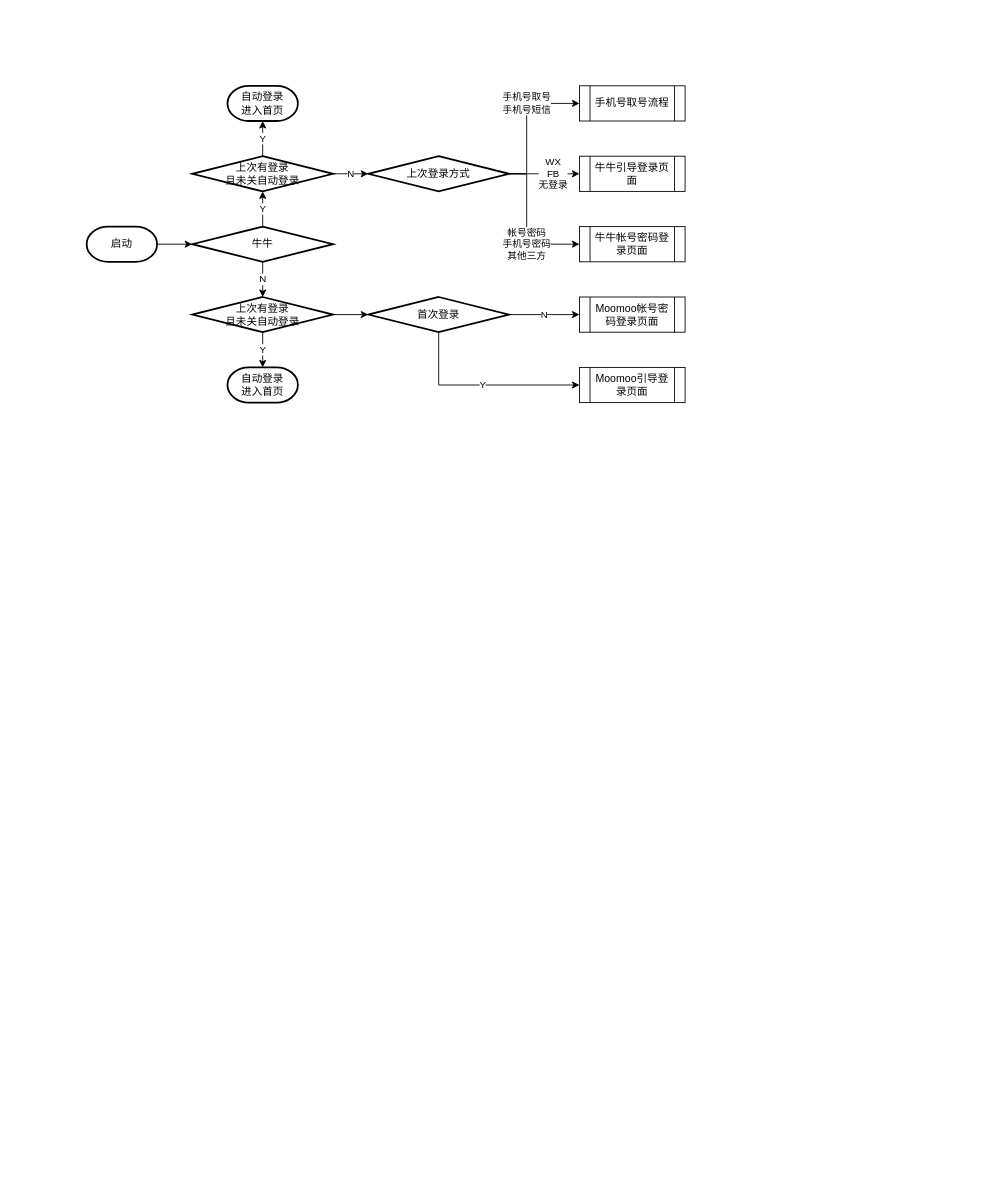
Cmdone/Draw.io keeps this draw.io diagram as LoginArrange.drawio. Above is the earlier version. Source tidied: cells renumbered, new cells numbered last; positions are measured from the earlier drawing's top-left corner, leaving out a move shared by most shapes. Both pictures are drawn from the tidied source at 88%, with x=0, y=0 at pixel (86, 85).
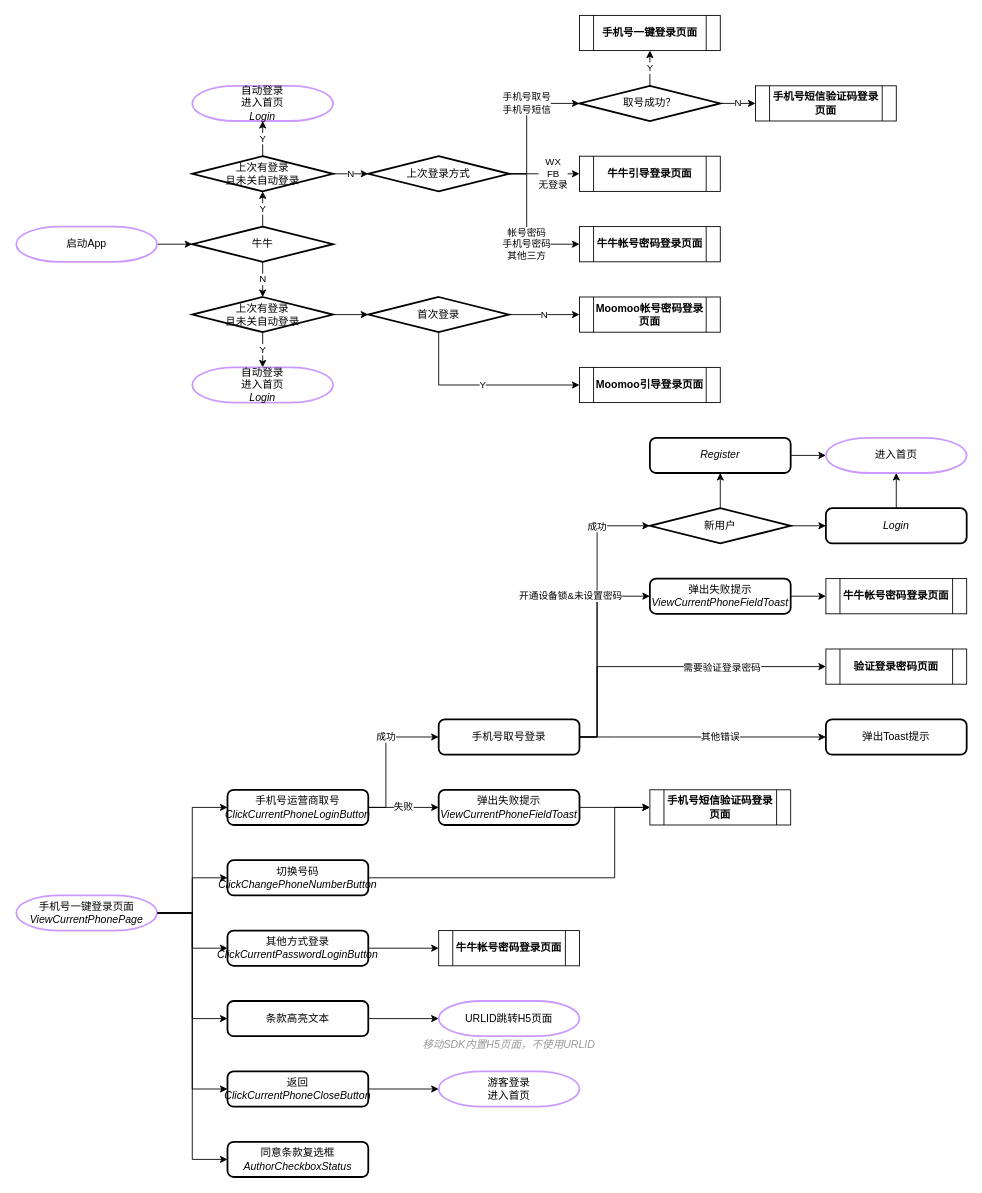
Above is the later version.

The change refers to these unchanged cells:
```xml
<mxCell id="16" value="上次登录方式" style="strokeWidth=2;html=1;shape=mxgraph.flowchart.decision;whiteSpace=wrap;fillColor=none;" parent="1" vertex="1">
  <mxGeometry x="320" y="80" width="160" height="40" as="geometry" />
</mxCell>
```

The edit, as a diff of the source:
```diff
@@
+    <mxCell id="27" style="edgeStyle=orthogonalEdgeStyle;rounded=0;jettySize=auto;html=1;exitX=1;exitY=0.5;exitDx=0;exitDy=0;entryX=0;entryY=0.5;entryDx=0;entryDy=0;" parent="1" edge="1" source="44" target="71">
+      <mxGeometry relative="1" as="geometry">
+        <Array as="points">
+          <mxPoint x="580" y="740" />
+          <mxPoint x="580" y="660" />
+        </Array>
+      </mxGeometry>
+    </mxCell>
+    <mxCell id="28" value="需要验证登录密码" style="edgeLabel;html=1;align=center;verticalAlign=middle;" parent="27" vertex="1">
+      <mxGeometry x="0.01" y="1" relative="1" as="geometry">
+        <mxPoint x="59" y="1" as="offset" />
+      </mxGeometry>
+    </mxCell>
+    <mxCell id="29" value="其他错误" style="edgeStyle=orthogonalEdgeStyle;rounded=0;jettySize=auto;html=1;exitX=1;exitY=0.5;exitDx=0;exitDy=0;entryX=0;entryY=0.5;entryDx=0;entryDy=0;" parent="1" edge="1" source="44" target="72">
+      <mxGeometry x="0.14" relative="1" as="geometry">
+        <Array as="points">
+          <mxPoint x="600" y="740" />
+          <mxPoint x="600" y="740" />
+        </Array>
+      </mxGeometry>
+    </mxCell>
@@
-    <mxCell id="3" value="启动" style="strokeWidth=2;html=1;shape=mxgraph.flowchart.terminator;whiteSpace=wrap;fillColor=none;" parent="1" vertex="1">
-      <mxGeometry y="160" width="80" height="40" as="geometry" />
+    <mxCell id="3" value="启动App" style="strokeWidth=2;html=1;shape=mxgraph.flowchart.terminator;whiteSpace=wrap;fillColor=none;strokeColor=#CC99FF;" parent="1" vertex="1">
+      <mxGeometry x="-80" y="160" width="160" height="40" as="geometry" />
     </mxCell>
@@
-    <mxCell id="10" value="自动登录&lt;br&gt;进入首页" style="strokeWidth=2;html=1;shape=mxgraph.flowchart.terminator;whiteSpace=wrap;fillColor=none;" parent="1" vertex="1">
-      <mxGeometry x="160" width="80" height="40" as="geometry" />
+    <mxCell id="10" value="自动登录&lt;br&gt;进入首页&lt;br&gt;&lt;i&gt;Login&lt;/i&gt;" style="strokeWidth=2;html=1;shape=mxgraph.flowchart.terminator;whiteSpace=wrap;fillColor=none;strokeColor=#CC99FF;" parent="1" vertex="1">
+      <mxGeometry x="120" width="160" height="40" as="geometry" />
     </mxCell>
@@
-    <mxCell id="14" value="自动登录&lt;br&gt;进入首页" style="strokeWidth=2;html=1;shape=mxgraph.flowchart.terminator;whiteSpace=wrap;fillColor=none;" parent="1" vertex="1">
-      <mxGeometry x="160" y="320" width="80" height="40" as="geometry" />
+    <mxCell id="14" value="自动登录&lt;br&gt;进入首页&lt;br&gt;&lt;i&gt;Login&lt;/i&gt;" style="strokeWidth=2;html=1;shape=mxgraph.flowchart.terminator;whiteSpace=wrap;fillColor=none;strokeColor=#CC99FF;" parent="1" vertex="1">
+      <mxGeometry x="120" y="320" width="160" height="40" as="geometry" />
     </mxCell>
-    <mxCell id="15" value="手机号取号&lt;br&gt;手机号短信" style="edgeStyle=orthogonalEdgeStyle;rounded=0;jettySize=auto;html=1;exitX=1;exitY=0.5;exitDx=0;exitDy=0;exitPerimeter=0;entryX=0;entryY=0.5;entryDx=0;entryDy=0;" parent="1" edge="1" source="16" target="17">
+    <mxCell id="15" value="手机号取号&lt;br&gt;手机号短信" style="edgeStyle=orthogonalEdgeStyle;rounded=0;jettySize=auto;html=1;exitX=1;exitY=0.5;exitDx=0;exitDy=0;exitPerimeter=0;" parent="1" edge="1" source="16" target="32">
       <mxGeometry x="0.25" relative="1" as="geometry">
         <Array as="points">
           <mxPoint x="500" y="100" />
           <mxPoint x="500" y="20" />
         </Array>
       </mxGeometry>
     </mxCell>
@@
-    <mxCell id="17" value="手机号取号流程" style="shape=process;whiteSpace=wrap;html=1;backgroundOutline=1;fillColor=none;" parent="1" vertex="1">
-      <mxGeometry x="560" width="120" height="40" as="geometry" />
-    </mxCell>
-    <mxCell id="18" value="牛牛引导登录页面" style="shape=process;whiteSpace=wrap;html=1;backgroundOutline=1;fillColor=none;" parent="1" vertex="1">
-      <mxGeometry x="560" y="80" width="120" height="40" as="geometry" />
+    <mxCell id="18" value="牛牛引导登录页面" style="shape=process;whiteSpace=wrap;html=1;backgroundOutline=1;fillColor=none;fontStyle=1;" parent="1" vertex="1">
+      <mxGeometry x="560" y="80" width="160" height="40" as="geometry" />
     </mxCell>
-    <mxCell id="19" value="牛牛帐号密码登录页面" style="shape=process;whiteSpace=wrap;html=1;backgroundOutline=1;fillColor=none;" parent="1" vertex="1">
-      <mxGeometry x="560" y="160" width="120" height="40" as="geometry" />
+    <mxCell id="19" value="牛牛帐号密码登录页面" style="shape=process;whiteSpace=wrap;html=1;backgroundOutline=1;fillColor=none;fontStyle=1;" parent="1" vertex="1">
+      <mxGeometry x="560" y="160" width="160" height="40" as="geometry" />
     </mxCell>
@@
-    <mxCell id="25" value="Moomoo帐号密码登录页面" style="shape=process;whiteSpace=wrap;html=1;backgroundOutline=1;fillColor=none;" parent="1" vertex="1">
-      <mxGeometry x="560" y="240" width="120" height="40" as="geometry" />
+    <mxCell id="25" value="Moomoo帐号密码登录页面" style="shape=process;whiteSpace=wrap;html=1;backgroundOutline=1;fillColor=none;fontStyle=1;" parent="1" vertex="1">
+      <mxGeometry x="560" y="240" width="160" height="40" as="geometry" />
     </mxCell>
-    <mxCell id="26" value="Moomoo引导登录页面" style="shape=process;whiteSpace=wrap;html=1;backgroundOutline=1;fillColor=none;" parent="1" vertex="1">
-      <mxGeometry x="560" y="320" width="120" height="40" as="geometry" />
+    <mxCell id="26" value="Moomoo引导登录页面" style="shape=process;whiteSpace=wrap;html=1;backgroundOutline=1;fillColor=none;fontStyle=1;" parent="1" vertex="1">
+      <mxGeometry x="560" y="320" width="160" height="40" as="geometry" />
     </mxCell>
+    <mxCell id="30" value="Y" style="edgeStyle=orthogonalEdgeStyle;rounded=0;jettySize=auto;html=1;exitX=0.5;exitY=0;exitDx=0;exitDy=0;exitPerimeter=0;entryX=0.5;entryY=1;entryDx=0;entryDy=0;" parent="1" edge="1" source="32" target="33">
+      <mxGeometry relative="1" as="geometry" />
+    </mxCell>
+    <mxCell id="31" value="N" style="edgeStyle=orthogonalEdgeStyle;rounded=0;jettySize=auto;html=1;exitX=1;exitY=0.5;exitDx=0;exitDy=0;exitPerimeter=0;" parent="1" edge="1" source="32" target="34">
+      <mxGeometry relative="1" as="geometry" />
+    </mxCell>
+    <mxCell id="32" value="取号成功？" style="strokeWidth=2;html=1;shape=mxgraph.flowchart.decision;whiteSpace=wrap;fillColor=none;" parent="1" vertex="1">
+      <mxGeometry x="560" width="160" height="40" as="geometry" />
+    </mxCell>
+    <mxCell id="33" value="手机号一键登录页面" style="shape=process;whiteSpace=wrap;html=1;backgroundOutline=1;fillColor=none;fontStyle=1;" parent="1" vertex="1">
+      <mxGeometry x="560" y="-80" width="160" height="40" as="geometry" />
+    </mxCell>
+    <mxCell id="34" value="手机号短信验证码登录页面" style="shape=process;whiteSpace=wrap;html=1;backgroundOutline=1;fillColor=none;fontStyle=1;" parent="1" vertex="1">
+      <mxGeometry x="760" width="160" height="40" as="geometry" />
+    </mxCell>
+    <mxCell id="35" style="edgeStyle=orthogonalEdgeStyle;rounded=0;jettySize=auto;html=1;exitX=1;exitY=0.5;exitDx=0;exitDy=0;exitPerimeter=0;entryX=0;entryY=0.5;entryDx=0;entryDy=0;" parent="1" edge="1" source="39" target="41">
+      <mxGeometry relative="1" as="geometry" />
+    </mxCell>
+    <mxCell id="36" style="edgeStyle=orthogonalEdgeStyle;rounded=0;jettySize=auto;html=1;exitX=1;exitY=0.5;exitDx=0;exitDy=0;exitPerimeter=0;entryX=0;entryY=0.5;entryDx=0;entryDy=0;" parent="1" edge="1" source="39" target="46">
+      <mxGeometry relative="1" as="geometry" />
+    </mxCell>
+    <mxCell id="37" style="edgeStyle=orthogonalEdgeStyle;rounded=0;jettySize=auto;html=1;exitX=1;exitY=0.5;exitDx=0;exitDy=0;exitPerimeter=0;" parent="1" edge="1" source="39" target="48">
+      <mxGeometry relative="1" as="geometry" />
+    </mxCell>
+    <mxCell id="38" style="edgeStyle=orthogonalEdgeStyle;rounded=0;jettySize=auto;html=1;exitX=1;exitY=0.5;exitDx=0;exitDy=0;exitPerimeter=0;entryX=0;entryY=0.5;entryDx=0;entryDy=0;" parent="1" edge="1" source="39" target="50">
+      <mxGeometry relative="1" as="geometry" />
+    </mxCell>
+    <mxCell id="39" value="手机号一键登录页面&lt;br&gt;&lt;i&gt;ViewCurrentPhonePage&lt;/i&gt;" style="strokeWidth=2;html=1;shape=mxgraph.flowchart.terminator;whiteSpace=wrap;fillColor=none;strokeColor=#CC99FF;" parent="1" vertex="1">
+      <mxGeometry x="-80" y="920" width="160" height="40" as="geometry" />
+    </mxCell>
+    <mxCell id="40" value="成功" style="edgeStyle=orthogonalEdgeStyle;rounded=0;jettySize=auto;html=1;exitX=1;exitY=0.5;exitDx=0;exitDy=0;entryX=0;entryY=0.5;entryDx=0;entryDy=0;" parent="1" edge="1" source="41" target="44">
+      <mxGeometry x="0.25" relative="1" as="geometry">
+        <Array as="points">
+          <mxPoint x="340" y="820" />
+          <mxPoint x="340" y="740" />
+        </Array>
+      </mxGeometry>
+    </mxCell>
+    <mxCell id="41" value="手机号运营商取号&lt;br&gt;&lt;i&gt;ClickCurrentPhoneLoginButton&lt;/i&gt;" style="rounded=1;whiteSpace=wrap;html=1;absoluteArcSize=1;arcSize=14;strokeWidth=2;fillColor=none;" parent="1" vertex="1">
+      <mxGeometry x="160" y="800" width="160" height="40" as="geometry" />
+    </mxCell>
+    <mxCell id="42" value="成功" style="edgeStyle=orthogonalEdgeStyle;rounded=0;jettySize=auto;html=1;exitX=1;exitY=0.5;exitDx=0;exitDy=0;entryX=0;entryY=0.5;entryDx=0;entryDy=0;entryPerimeter=0;" parent="1" edge="1" source="44" target="62">
+      <mxGeometry x="0.62" relative="1" as="geometry">
+        <Array as="points">
+          <mxPoint x="580" y="740" />
+          <mxPoint x="580" y="500" />
+        </Array>
+      </mxGeometry>
+    </mxCell>
+    <mxCell id="43" value="开通设备锁&amp;amp;未设置密码" style="edgeStyle=orthogonalEdgeStyle;rounded=0;jettySize=auto;html=1;exitX=1;exitY=0.5;exitDx=0;exitDy=0;entryX=0;entryY=0.5;entryDx=0;entryDy=0;" parent="1" edge="1" source="44" target="69">
+      <mxGeometry x="0.5" y="-30" relative="1" as="geometry">
+        <Array as="points">
+          <mxPoint x="580" y="740" />
+          <mxPoint x="580" y="580" />
+        </Array>
+        <mxPoint x="-30" y="-30" as="offset" />
+      </mxGeometry>
+    </mxCell>
+    <mxCell id="44" value="手机号取号登录" style="rounded=1;whiteSpace=wrap;html=1;absoluteArcSize=1;arcSize=14;strokeWidth=2;fillColor=none;" parent="1" vertex="1">
+      <mxGeometry x="400" y="720" width="160" height="40" as="geometry" />
+    </mxCell>
+    <mxCell id="45" style="edgeStyle=orthogonalEdgeStyle;rounded=0;jettySize=auto;html=1;exitX=1;exitY=0.5;exitDx=0;exitDy=0;" parent="1" edge="1" source="46" target="51">
+      <mxGeometry relative="1" as="geometry" />
+    </mxCell>
+    <mxCell id="46" value="其他方式登录&lt;br&gt;&lt;i&gt;ClickCurrentPasswordLoginButton&lt;/i&gt;" style="rounded=1;whiteSpace=wrap;html=1;absoluteArcSize=1;arcSize=14;strokeWidth=2;fillColor=none;" parent="1" vertex="1">
+      <mxGeometry x="160" y="960" width="160" height="40" as="geometry" />
+    </mxCell>
+    <mxCell id="47" style="edgeStyle=orthogonalEdgeStyle;rounded=0;jettySize=auto;html=1;exitX=1;exitY=0.5;exitDx=0;exitDy=0;entryX=0;entryY=0.5;entryDx=0;entryDy=0;" parent="1" edge="1" source="48" target="76">
+      <mxGeometry relative="1" as="geometry">
+        <Array as="points">
+          <mxPoint x="600" y="900" />
+          <mxPoint x="600" y="820" />
+        </Array>
+      </mxGeometry>
+    </mxCell>
+    <mxCell id="48" value="切换号码&lt;br&gt;&lt;i&gt;ClickChangePhoneNumberButton&lt;/i&gt;" style="rounded=1;whiteSpace=wrap;html=1;absoluteArcSize=1;arcSize=14;strokeWidth=2;fillColor=none;" parent="1" vertex="1">
+      <mxGeometry x="160" y="880" width="160" height="40" as="geometry" />
+    </mxCell>
+    <mxCell id="49" style="edgeStyle=orthogonalEdgeStyle;rounded=0;jettySize=auto;html=1;" parent="1" edge="1" source="50" target="52">
+      <mxGeometry relative="1" as="geometry" />
+    </mxCell>
+    <mxCell id="50" value="返回&lt;br&gt;&lt;i&gt;ClickCurrentPhoneCloseButton&lt;/i&gt;" style="rounded=1;whiteSpace=wrap;html=1;absoluteArcSize=1;arcSize=14;strokeWidth=2;fillColor=none;" parent="1" vertex="1">
+      <mxGeometry x="160" y="1120" width="160" height="40" as="geometry" />
+    </mxCell>
+    <mxCell id="51" value="牛牛帐号密码登录页面" style="shape=process;whiteSpace=wrap;html=1;backgroundOutline=1;fillColor=none;fontStyle=1;" parent="1" vertex="1">
+      <mxGeometry x="400" y="960" width="160" height="40" as="geometry" />
+    </mxCell>
+    <mxCell id="52" value="游客登录&lt;br&gt;进入首页" style="strokeWidth=2;html=1;shape=mxgraph.flowchart.terminator;whiteSpace=wrap;fillColor=none;strokeColor=#CC99FF;" parent="1" vertex="1">
+      <mxGeometry x="400" y="1120" width="160" height="40" as="geometry" />
+    </mxCell>
+    <mxCell id="53" value="同意条款复选框&lt;br&gt;&lt;i&gt;AuthorCheckboxStatus&lt;/i&gt;" style="rounded=1;whiteSpace=wrap;html=1;absoluteArcSize=1;arcSize=14;strokeWidth=2;fillColor=none;" parent="1" vertex="1">
+      <mxGeometry x="160" y="1200" width="160" height="40" as="geometry" />
+    </mxCell>
+    <mxCell id="54" style="edgeStyle=orthogonalEdgeStyle;rounded=0;jettySize=auto;html=1;exitX=1;exitY=0.5;exitDx=0;exitDy=0;exitPerimeter=0;entryX=0;entryY=0.5;entryDx=0;entryDy=0;" parent="1" edge="1" source="39" target="53">
+      <mxGeometry relative="1" as="geometry" />
+    </mxCell>
+    <mxCell id="55" style="edgeStyle=orthogonalEdgeStyle;rounded=0;jettySize=auto;html=1;exitX=1;exitY=0.5;exitDx=0;exitDy=0;" parent="1" edge="1" source="56" target="58">
+      <mxGeometry relative="1" as="geometry" />
+    </mxCell>
+    <mxCell id="56" value="条款高亮文本" style="rounded=1;whiteSpace=wrap;html=1;absoluteArcSize=1;arcSize=14;strokeWidth=2;fillColor=none;" parent="1" vertex="1">
+      <mxGeometry x="160" y="1040" width="160" height="40" as="geometry" />
+    </mxCell>
+    <mxCell id="57" style="edgeStyle=orthogonalEdgeStyle;rounded=0;jettySize=auto;html=1;exitX=1;exitY=0.5;exitDx=0;exitDy=0;exitPerimeter=0;entryX=0;entryY=0.5;entryDx=0;entryDy=0;" parent="1" edge="1" source="39" target="56">
+      <mxGeometry relative="1" as="geometry" />
+    </mxCell>
+    <mxCell id="58" value="URLID跳转H5页面" style="strokeWidth=2;html=1;shape=mxgraph.flowchart.terminator;whiteSpace=wrap;fillColor=none;strokeColor=#CC99FF;" parent="1" vertex="1">
+      <mxGeometry x="400" y="1040" width="160" height="40" as="geometry" />
+    </mxCell>
+    <mxCell id="59" value="&lt;font color=&quot;#999999&quot;&gt;移动SDK内置H5页面，不使用URLID&lt;/font&gt;" style="text;html=1;strokeColor=none;fillColor=none;align=center;verticalAlign=middle;whiteSpace=wrap;rounded=0;fontStyle=2;" parent="1" vertex="1">
+      <mxGeometry x="380" y="1080" width="200" height="20" as="geometry" />
+    </mxCell>
+    <mxCell id="60" style="edgeStyle=orthogonalEdgeStyle;rounded=0;jettySize=auto;html=1;exitX=0.5;exitY=0;exitDx=0;exitDy=0;exitPerimeter=0;" parent="1" edge="1" source="62" target="64">
+      <mxGeometry relative="1" as="geometry" />
+    </mxCell>
+    <mxCell id="61" style="edgeStyle=orthogonalEdgeStyle;rounded=0;jettySize=auto;html=1;exitX=1;exitY=0.5;exitDx=0;exitDy=0;exitPerimeter=0;" parent="1" edge="1" source="62" target="66">
+      <mxGeometry relative="1" as="geometry" />
+    </mxCell>
+    <mxCell id="62" value="新用户" style="strokeWidth=2;html=1;shape=mxgraph.flowchart.decision;whiteSpace=wrap;fillColor=none;" parent="1" vertex="1">
+      <mxGeometry x="640" y="480" width="160" height="40" as="geometry" />
+    </mxCell>
+    <mxCell id="63" style="edgeStyle=orthogonalEdgeStyle;rounded=0;jettySize=auto;html=1;exitX=1;exitY=0.5;exitDx=0;exitDy=0;" parent="1" edge="1" source="64" target="67">
+      <mxGeometry relative="1" as="geometry" />
+    </mxCell>
+    <mxCell id="64" value="&lt;i&gt;Register&lt;/i&gt;" style="rounded=1;whiteSpace=wrap;html=1;absoluteArcSize=1;arcSize=14;strokeWidth=2;fillColor=none;" parent="1" vertex="1">
+      <mxGeometry x="640" y="400" width="160" height="40" as="geometry" />
+    </mxCell>
+    <mxCell id="65" style="edgeStyle=orthogonalEdgeStyle;rounded=0;jettySize=auto;html=1;exitX=0.5;exitY=0;exitDx=0;exitDy=0;" parent="1" edge="1" source="66" target="67">
+      <mxGeometry relative="1" as="geometry" />
+    </mxCell>
+    <mxCell id="66" value="&lt;i&gt;Login&lt;/i&gt;" style="rounded=1;whiteSpace=wrap;html=1;absoluteArcSize=1;arcSize=14;strokeWidth=2;fillColor=none;" parent="1" vertex="1">
+      <mxGeometry x="840" y="480" width="160" height="40" as="geometry" />
+    </mxCell>
+    <mxCell id="67" value="进入首页" style="strokeWidth=2;html=1;shape=mxgraph.flowchart.terminator;whiteSpace=wrap;fillColor=none;strokeColor=#CC99FF;" parent="1" vertex="1">
+      <mxGeometry x="840" y="400" width="160" height="40" as="geometry" />
+    </mxCell>
+    <mxCell id="68" style="edgeStyle=orthogonalEdgeStyle;rounded=0;jettySize=auto;html=1;exitX=1;exitY=0.5;exitDx=0;exitDy=0;" parent="1" edge="1" source="69" target="70">
+      <mxGeometry relative="1" as="geometry" />
+    </mxCell>
+    <mxCell id="69" value="弹出失败提示&lt;br&gt;&lt;i&gt;ViewCurrentPhoneFieldToast&lt;/i&gt;" style="rounded=1;whiteSpace=wrap;html=1;absoluteArcSize=1;arcSize=14;strokeWidth=2;fillColor=none;" parent="1" vertex="1">
+      <mxGeometry x="640" y="560" width="160" height="40" as="geometry" />
+    </mxCell>
+    <mxCell id="70" value="牛牛帐号密码登录页面" style="shape=process;whiteSpace=wrap;html=1;backgroundOutline=1;fillColor=none;fontStyle=1;" parent="1" vertex="1">
+      <mxGeometry x="840" y="560" width="160" height="40" as="geometry" />
+    </mxCell>
+    <mxCell id="71" value="验证登录密码页面" style="shape=process;whiteSpace=wrap;html=1;backgroundOutline=1;fillColor=none;fontStyle=1;" parent="1" vertex="1">
+      <mxGeometry x="840" y="640" width="160" height="40" as="geometry" />
+    </mxCell>
+    <mxCell id="72" value="弹出Toast提示" style="rounded=1;whiteSpace=wrap;html=1;absoluteArcSize=1;arcSize=14;strokeWidth=2;fillColor=none;" parent="1" vertex="1">
+      <mxGeometry x="840" y="720" width="160" height="40" as="geometry" />
+    </mxCell>
+    <mxCell id="73" value="失败" style="edgeStyle=orthogonalEdgeStyle;rounded=0;jettySize=auto;html=1;exitX=1;exitY=0.5;exitDx=0;exitDy=0;" parent="1" edge="1" source="41" target="75">
+      <mxGeometry relative="1" as="geometry" />
+    </mxCell>
+    <mxCell id="74" style="edgeStyle=orthogonalEdgeStyle;rounded=0;jettySize=auto;html=1;exitX=1;exitY=0.5;exitDx=0;exitDy=0;" parent="1" edge="1" source="75" target="76">
+      <mxGeometry relative="1" as="geometry" />
+    </mxCell>
+    <mxCell id="75" value="弹出失败提示&lt;br&gt;&lt;i&gt;ViewCurrentPhoneFieldToast&lt;/i&gt;" style="rounded=1;whiteSpace=wrap;html=1;absoluteArcSize=1;arcSize=14;strokeWidth=2;fillColor=none;" parent="1" vertex="1">
+      <mxGeometry x="400" y="800" width="160" height="40" as="geometry" />
+    </mxCell>
+    <mxCell id="76" value="手机号短信验证码登录页面" style="shape=process;whiteSpace=wrap;html=1;backgroundOutline=1;fillColor=none;fontStyle=1;" parent="1" vertex="1">
+      <mxGeometry x="640" y="800" width="160" height="40" as="geometry" />
+    </mxCell>
```
